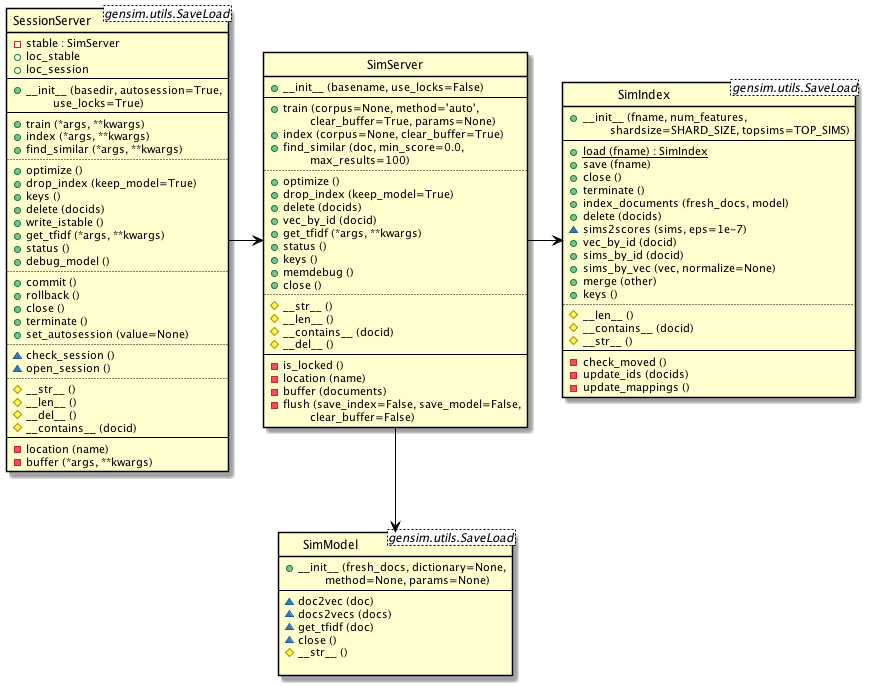
The PlantUML diagram docs/gensim-server.png in isleon/gensim-simserver, before a commit.
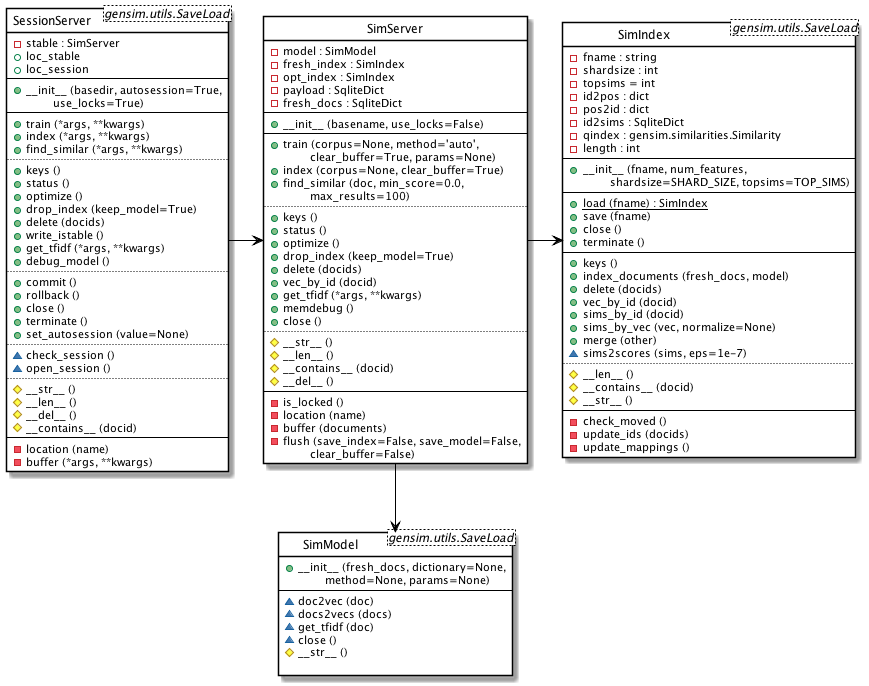
Later version of the same file.

The edit, as a diff of the source:
```diff
@@ -1,11 +1,21 @@
 @startuml
 
+skinparam classBackgroundColor White
 skinparam classArrowColor Black
 skinparam classBorderColor Black
 skinparam stereotypeCBackgroundColor Gray
 hide circle
 
 class SimIndex <gensim.utils.SaveLoad> {
+    -fname : string
+    -shardsize : int
+    -topsims = int
+    -id2pos : dict
+    -pos2id : dict
+    -id2sims : SqliteDict
+    -qindex : gensim.similarities.Similarity
+    -length : int
+    --
     +__init__ (fname, num_features,
         \t shardsize=SHARD_SIZE, topsims=TOP_SIMS)
     --
@@ -13,14 +23,15 @@
     +save (fname)
     +close ()
     +terminate ()
+    --
+    +keys ()
     +index_documents (fresh_docs, model)
     +delete (docids)
-    ~sims2scores (sims, eps=1e-7)
     +vec_by_id (docid)
     +sims_by_id (docid)
     +sims_by_vec (vec, normalize=None)
     +merge (other)
-    +keys ()
+    ~sims2scores (sims, eps=1e-7)
     ..
     #__len__ ()
     #__contains__ (docid)
@@ -44,6 +55,12 @@
 }
 
 class SimServer {
+    -model : SimModel
+    -fresh_index : SimIndex
+    -opt_index : SimIndex
+    -payload : SqliteDict
+    -fresh_docs : SqliteDict
+    --
     +__init__ (basename, use_locks=False)
     --
     +train (corpus=None, method='auto',
@@ -52,13 +69,13 @@
     +find_similar (doc, min_score=0.0,
         \t max_results=100)
     ..
+    +keys ()
+    +status ()
     +optimize ()
     +drop_index (keep_model=True)
     +delete (docids)
     +vec_by_id (docid)
     +get_tfidf (*args, **kwargs)
-    +status ()
-    +keys ()
     +memdebug ()
     +close ()
     ..
@@ -86,13 +103,13 @@
     +index (*args, **kwargs)
     +find_similar (*args, **kwargs)
     ..
+    +keys ()
+    +status ()
     +optimize ()
     +drop_index (keep_model=True)
-    +keys ()
     +delete (docids)
     +write_istable ()
     +get_tfidf (*args, **kwargs)
-    +status ()
     +debug_model ()
     ..
     +commit ()
```
